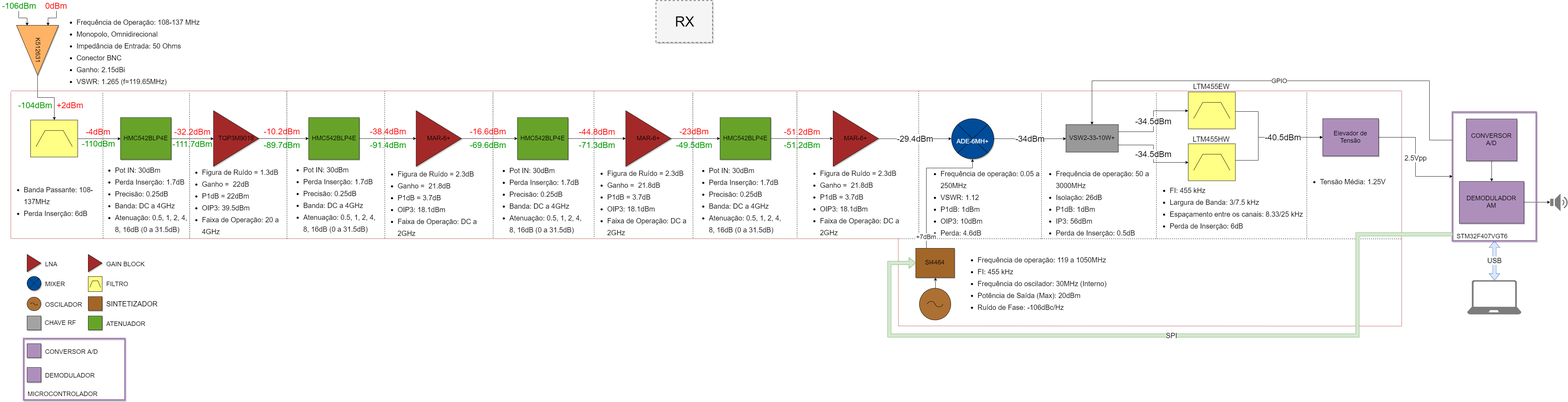
This is RX-APCT.png from apct-2019/Integra-Projeto, a draw.io export, as it was before one commit. Source tidied: cells renumbered, new cells last; positions are measured from the earlier drawing's top-left corner, leaving out a move shared by most shapes.
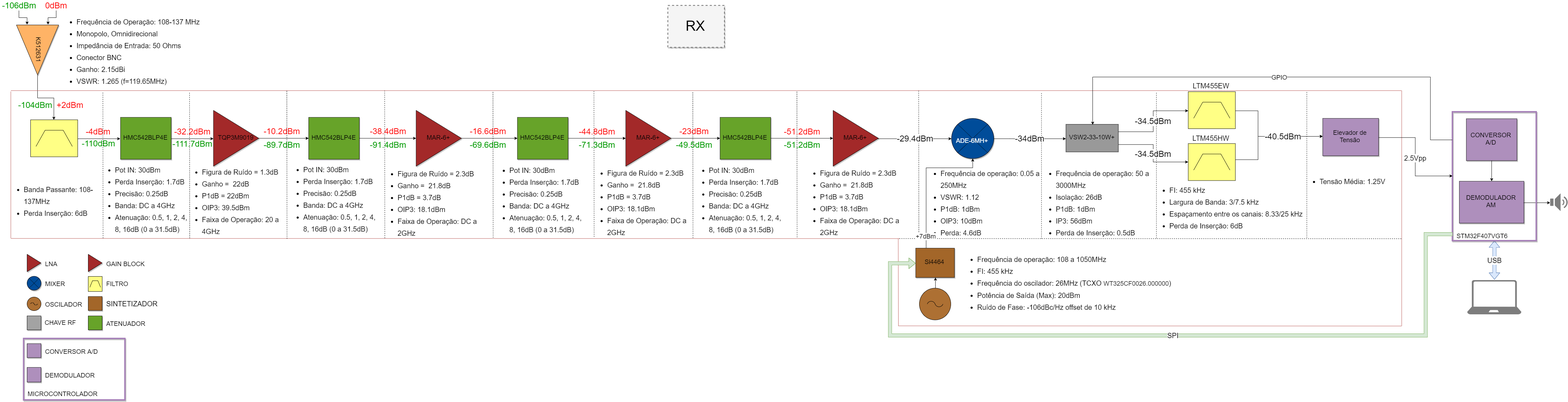
The same file after the commit.

Commit message:
atualiza diagrama de blocos; add mixer e chave na simulacao awr

Change to the diagram source:
```diff
@@ -9,7 +9,7 @@
       </mxGeometry>
     </mxCell>
     <mxCell id="3" value="RX" style="whiteSpace=wrap;html=1;shadow=1;fontSize=40;fillColor=#f5f5f5;strokeColor=#666666;strokeWidth=2;dashed=1;" parent="1" vertex="1">
-      <mxGeometry x="1876.5" width="162" height="120" as="geometry" />
+      <mxGeometry x="1910.5" y="15" width="162" height="120" as="geometry" />
     </mxCell>
     <mxCell id="4" style="edgeStyle=orthogonalEdgeStyle;rounded=0;jettySize=auto;html=1;" parent="1" edge="1" source="5" target="26">
       <mxGeometry relative="1" as="geometry" />
@@ -111,7 +111,7 @@
         <mxPoint x="30" y="259" as="targetPoint" />
       </mxGeometry>
     </mxCell>
-    <mxCell id="32" value="&lt;ul style=&quot;line-height: 170%&quot;&gt;&lt;li style=&quot;box-sizing: border-box&quot;&gt;Frequência de operação: 119 a 1050MHz&lt;/li&gt;&lt;li style=&quot;box-sizing: border-box&quot;&gt;FI: 455 kHz&lt;/li&gt;&lt;li&gt;Frequência do oscilador: 30MHz (Interno)&lt;/li&gt;&lt;li&gt;Potência de Saída (Max): 20dBm&lt;/li&gt;&lt;li&gt;Ruído de Fase: -106dBc/Hz&lt;/li&gt;&lt;/ul&gt;" style="text;html=1;strokeColor=none;fillColor=none;align=left;verticalAlign=middle;rounded=0;shadow=1;comic=0;fontSize=20;spacingTop=0;spacing=-3;whiteSpace=wrap;" parent="1" vertex="1">
+    <mxCell id="32" value="&lt;ul style=&quot;line-height: 170%&quot;&gt;&lt;li style=&quot;box-sizing: border-box&quot;&gt;Frequência de operação: 108 a 1050MHz&lt;/li&gt;&lt;li style=&quot;box-sizing: border-box&quot;&gt;FI: 455 kHz&lt;/li&gt;&lt;li&gt;Frequência do oscilador: 26MHz (TCXO&amp;nbsp;&lt;span style=&quot;color: rgb(34 , 34 , 34) ; font-family: &amp;#34;arial&amp;#34; , &amp;#34;helvetica&amp;#34; , sans-serif , &amp;#34;dk&amp;#34; ; font-size: 18px ; background-color: rgb(255 , 255 , 255)&quot;&gt;WT325CF0026.000000&lt;/span&gt;)&lt;/li&gt;&lt;li&gt;Potência de Saída (Max): 20dBm&lt;/li&gt;&lt;li&gt;Ruído de Fase: -106dBc/Hz offset de 10 kHz&lt;/li&gt;&lt;/ul&gt;" style="text;html=1;strokeColor=none;fillColor=none;align=left;verticalAlign=middle;rounded=0;shadow=1;comic=0;fontSize=20;spacingTop=0;spacing=-3;whiteSpace=wrap;" parent="1" vertex="1">
       <mxGeometry x="2760" y="690" width="650" height="239" as="geometry" />
     </mxCell>
     <mxCell id="33" style="verticalLabelPosition=bottom;shadow=0;dashed=0;align=center;fillColor=#994C00;html=1;verticalAlign=top;strokeWidth=1;shape=mxgraph.electrical.signal_sources.ac_source;rounded=0;comic=0;fontSize=20;fillOpacity=80;" parent="1" vertex="1">
@@ -206,9 +206,9 @@
       <mxGeometry relative="1" as="geometry">
         <mxPoint x="3125" y="355" as="targetPoint" />
         <Array as="points">
-          <mxPoint x="4091" y="400" />
-          <mxPoint x="4091" y="230" />
-          <mxPoint x="3125" y="230" />
+          <mxPoint x="4093" y="400" />
+          <mxPoint x="4093" y="220" />
+          <mxPoint x="3125" y="220" />
         </Array>
       </mxGeometry>
     </mxCell>
@@ -328,8 +328,8 @@
     <mxCell id="89" value="SPI" style="edgeStyle=orthogonalEdgeStyle;shape=flexArrow;rounded=0;jettySize=auto;html=1;startArrow=none;startFill=0;endArrow=block;endFill=0;fontSize=20;fillColor=#d5e8d4;strokeColor=#82b366;entryX=0;entryY=0.5;entryDx=0;entryDy=0;exitX=-0.001;exitY=0.951;exitDx=0;exitDy=0;exitPerimeter=0;" parent="1" edge="1" source="16" target="35">
       <mxGeometry relative="1" as="geometry">
         <Array as="points">
-          <mxPoint x="3885" y="670" />
-          <mxPoint x="3885" y="960" />
+          <mxPoint x="4081" y="670" />
+          <mxPoint x="4081" y="960" />
           <mxPoint x="2545" y="960" />
           <mxPoint x="2545" y="752" />
         </Array>
```
